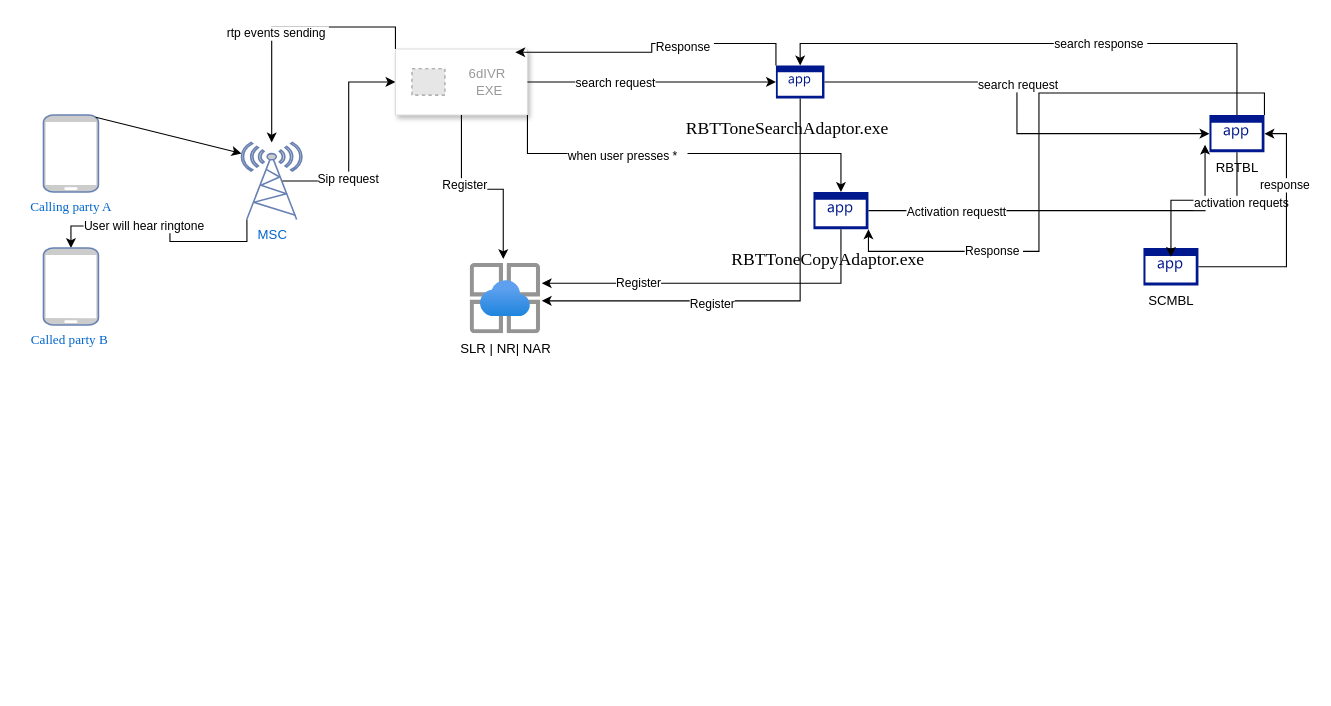
Earlier version of the draw.io diagram Untitled Diagram.drawio (sathwikraj19/udemy). Source tidied: cells renumbered, new cells numbered last; positions are measured from the earlier drawing's top-left corner, leaving out a move shared by most shapes. Both pictures are drawn from the tidied source at 110%, with x=0, y=0 at pixel (43, 48). Pictures stored in the file or linked from it are replaced by grey dashed boxes.
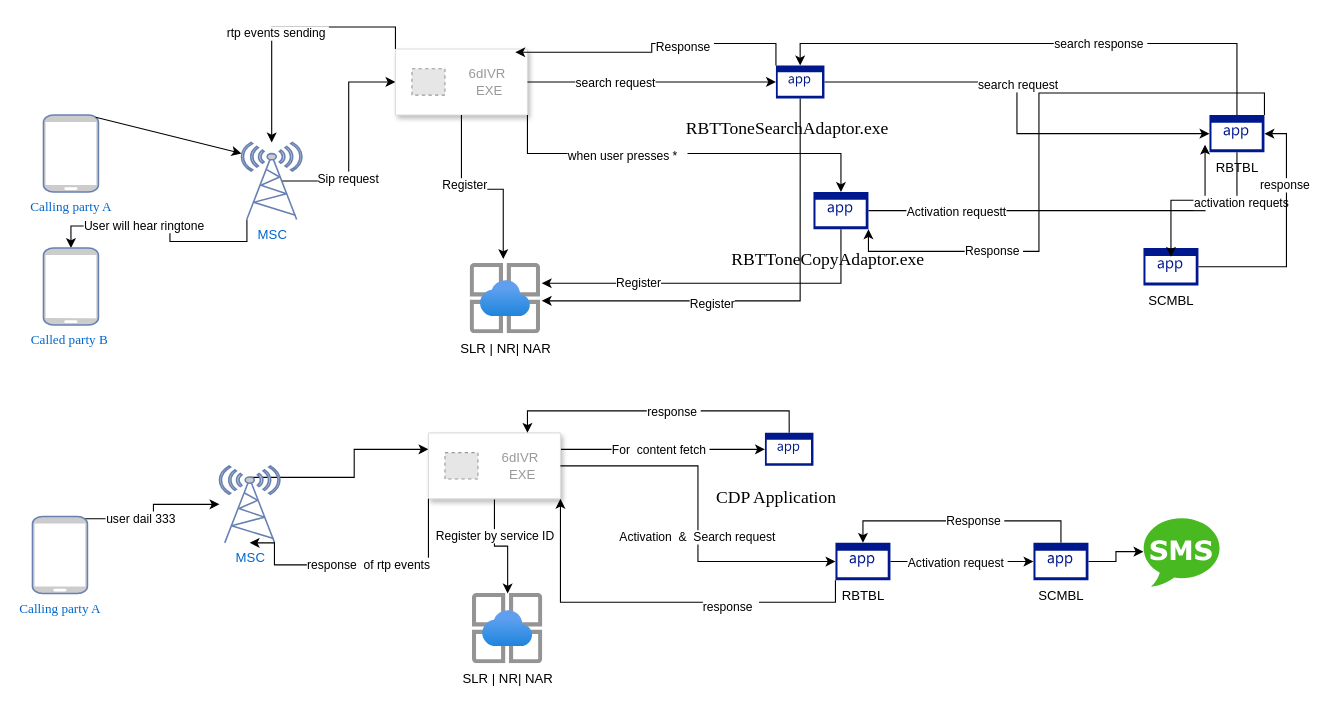
Above is the later version.

What changed in the source:
```diff
@@
+    <mxCell id="43" style="edgeStyle=orthogonalEdgeStyle;rounded=0;jettySize=auto;html=1;exitX=0.95;exitY=0.03;exitDx=0;exitDy=0;exitPerimeter=0;" parent="1" edge="1" source="45" target="47">
+      <mxGeometry relative="1" as="geometry" />
+    </mxCell>
+    <mxCell id="44" value="user dail 333&amp;nbsp;" style="edgeLabel;html=1;align=center;verticalAlign=middle;" parent="43" vertex="1">
+      <mxGeometry x="-0.25" y="1" relative="1" as="geometry">
+        <mxPoint x="1" as="offset" />
+      </mxGeometry>
+    </mxCell>
+    <mxCell id="45" value="Calling party A" style="fontColor=#0066CC;verticalAlign=top;verticalLabelPosition=bottom;labelPosition=center;align=center;html=1;outlineConnect=0;fillColor=#CCCCCC;strokeColor=#6881B3;gradientColor=none;gradientDirection=north;strokeWidth=2;shape=mxgraph.networks.mobile;fontFamily=Times New Roman;" parent="1" vertex="1">
+      <mxGeometry x="-10" y="425" width="50" height="70" as="geometry" />
+    </mxCell>
+    <mxCell id="46" style="edgeStyle=orthogonalEdgeStyle;rounded=0;jettySize=auto;html=1;exitX=0.5;exitY=0.15;exitDx=0;exitDy=0;exitPerimeter=0;entryX=0;entryY=0.25;entryDx=0;entryDy=0;" parent="1" edge="1" source="47" target="52">
+      <mxGeometry relative="1" as="geometry" />
+    </mxCell>
+    <mxCell id="47" value="MSC" style="fontColor=#0066CC;verticalAlign=top;verticalLabelPosition=bottom;labelPosition=center;align=center;html=1;outlineConnect=0;fillColor=#CCCCCC;strokeColor=#6881B3;gradientColor=none;gradientDirection=north;strokeWidth=2;shape=mxgraph.networks.radio_tower;" parent="1" vertex="1">
+      <mxGeometry x="160" y="379" width="55" height="70" as="geometry" />
+    </mxCell>
+    <mxCell id="48" style="edgeStyle=orthogonalEdgeStyle;rounded=0;jettySize=auto;html=1;exitX=0.5;exitY=1;exitDx=0;exitDy=0;" parent="1" edge="1" source="52" target="54">
+      <mxGeometry relative="1" as="geometry" />
+    </mxCell>
+    <mxCell id="49" value="Register by service ID&amp;nbsp;" style="edgeLabel;html=1;align=center;verticalAlign=middle;" parent="48" vertex="1">
+      <mxGeometry x="-0.33" y="1" relative="1" as="geometry" />
+    </mxCell>
+    <mxCell id="50" style="edgeStyle=orthogonalEdgeStyle;rounded=0;jettySize=auto;html=1;exitX=1;exitY=0.25;exitDx=0;exitDy=0;" parent="1" edge="1" source="52" target="57">
+      <mxGeometry relative="1" as="geometry" />
+    </mxCell>
+    <mxCell id="51" value="For&amp;nbsp; content fetch&amp;nbsp;" style="edgeLabel;html=1;align=center;verticalAlign=middle;" parent="50" vertex="1">
+      <mxGeometry x="-0.33" y="1" relative="1" as="geometry">
+        <mxPoint x="28" y="1" as="offset" />
+      </mxGeometry>
+    </mxCell>
+    <mxCell id="52" style="strokeColor=#dddddd;shadow=1;strokeWidth=1;rounded=1;absoluteArcSize=1;arcSize=2;" parent="1" vertex="1">
+      <mxGeometry x="350" y="349" width="120" height="60" as="geometry" />
+    </mxCell>
+    <mxCell id="53" value="6dIVR&lt;br&gt;&amp;nbsp; EXE&lt;br&gt;" style="fillColor=#E6E6E6;strokeColor=#999999;dashed=1;html=1;fontColor=#999999;verticalLabelPosition=middle;verticalAlign=middle;labelPosition=right;align=left;spacingLeft=20;" parent="52" vertex="1">
+      <mxGeometry width="30" height="24" relative="1" as="geometry">
+        <mxPoint x="15" y="18" as="offset" />
+      </mxGeometry>
+    </mxCell>
+    <mxCell id="54" value="SLR | NR| NAR" style="image;html=1;points=[];align=center;fontSize=12;image=img/lib/azure2/app_services/App_Service_Environments.svg;" parent="1" vertex="1">
+      <mxGeometry x="390" y="495" width="64" height="64" as="geometry" />
+    </mxCell>
+    <mxCell id="55" style="edgeStyle=orthogonalEdgeStyle;rounded=0;jettySize=auto;html=1;exitX=0.5;exitY=0;exitDx=0;exitDy=0;exitPerimeter=0;entryX=0.75;entryY=0;entryDx=0;entryDy=0;" parent="1" edge="1" source="57" target="52">
+      <mxGeometry relative="1" as="geometry" />
+    </mxCell>
+    <mxCell id="56" value="response&amp;nbsp;" style="edgeLabel;html=1;align=center;verticalAlign=middle;" parent="55" vertex="1">
+      <mxGeometry x="-0.1" relative="1" as="geometry" />
+    </mxCell>
+    <mxCell id="57" value="&lt;p style=&quot;text-indent:-18.0pt;mso-list:l0 level1 lfo1&quot; class=&quot;MsoListParagraph&quot;&gt;&lt;font face=&quot;Times New Roman, serif&quot;&gt;&lt;span style=&quot;font-size: 16px; background-color: rgb(255, 255, 255);&quot;&gt;CDP Application&lt;/span&gt;&lt;/font&gt;&lt;/p&gt;" style="sketch=0;shadow=0;dashed=0;html=1;strokeColor=none;labelPosition=center;verticalLabelPosition=bottom;verticalAlign=top;align=center;fillColor=#00188D;shape=mxgraph.mscae.enterprise.application;" parent="1" vertex="1">
+      <mxGeometry x="655.9" y="349" width="44.1" height="30" as="geometry" />
+    </mxCell>
+    <mxCell id="58" style="edgeStyle=orthogonalEdgeStyle;rounded=0;jettySize=auto;html=1;exitX=0;exitY=1;exitDx=0;exitDy=0;entryX=0.5;entryY=1;entryDx=0;entryDy=0;entryPerimeter=0;" parent="1" edge="1" source="52" target="47">
+      <mxGeometry relative="1" as="geometry">
+        <Array as="points">
+          <mxPoint x="350" y="469" />
+          <mxPoint x="210" y="469" />
+          <mxPoint x="210" y="449" />
+        </Array>
+      </mxGeometry>
+    </mxCell>
+    <mxCell id="59" value="response&amp;nbsp; of rtp events&amp;nbsp;" style="edgeLabel;html=1;align=center;verticalAlign=middle;" parent="58" vertex="1">
+      <mxGeometry x="-0.06" y="-1" relative="1" as="geometry" />
+    </mxCell>
+    <mxCell id="60" style="edgeStyle=orthogonalEdgeStyle;rounded=0;jettySize=auto;html=1;exitX=0;exitY=1;exitDx=0;exitDy=0;exitPerimeter=0;entryX=1;entryY=1;entryDx=0;entryDy=0;" parent="1" edge="1" source="62" target="52">
+      <mxGeometry relative="1" as="geometry" />
+    </mxCell>
+    <mxCell id="61" value="response&amp;nbsp;&amp;nbsp;" style="edgeLabel;html=1;align=center;verticalAlign=middle;" parent="60" vertex="1">
+      <mxGeometry x="-0.36" y="3" relative="1" as="geometry" />
+    </mxCell>
+    <mxCell id="62" value="RBTBL" style="sketch=0;shadow=0;dashed=0;html=1;strokeColor=none;labelPosition=center;verticalLabelPosition=bottom;verticalAlign=top;align=center;fillColor=#00188D;shape=mxgraph.mscae.enterprise.application;" parent="1" vertex="1">
+      <mxGeometry x="720" y="449" width="50" height="34" as="geometry" />
+    </mxCell>
+    <mxCell id="63" style="edgeStyle=orthogonalEdgeStyle;rounded=0;jettySize=auto;html=1;exitX=1;exitY=0.5;exitDx=0;exitDy=0;entryX=0;entryY=0.5;entryDx=0;entryDy=0;entryPerimeter=0;" parent="1" edge="1" source="52" target="62">
+      <mxGeometry relative="1" as="geometry" />
+    </mxCell>
+    <mxCell id="64" value="Activation&amp;nbsp; &amp;amp;&amp;nbsp; Search request&amp;nbsp;" style="edgeLabel;html=1;align=center;verticalAlign=middle;" parent="63" vertex="1">
+      <mxGeometry x="0.12" relative="1" as="geometry" />
+    </mxCell>
+    <mxCell id="65" style="edgeStyle=orthogonalEdgeStyle;rounded=0;jettySize=auto;html=1;exitX=1;exitY=0.5;exitDx=0;exitDy=0;exitPerimeter=0;" parent="1" edge="1" source="66" target="71">
+      <mxGeometry relative="1" as="geometry" />
+    </mxCell>
+    <mxCell id="66" value="SCMBL" style="sketch=0;shadow=0;dashed=0;html=1;strokeColor=none;labelPosition=center;verticalLabelPosition=bottom;verticalAlign=top;align=center;fillColor=#00188D;shape=mxgraph.mscae.enterprise.application;" parent="1" vertex="1">
+      <mxGeometry x="900" y="449" width="50" height="34" as="geometry" />
+    </mxCell>
+    <mxCell id="67" style="edgeStyle=orthogonalEdgeStyle;rounded=0;jettySize=auto;html=1;exitX=1;exitY=0.5;exitDx=0;exitDy=0;exitPerimeter=0;entryX=0;entryY=0.5;entryDx=0;entryDy=0;entryPerimeter=0;" parent="1" edge="1" source="62" target="66">
+      <mxGeometry relative="1" as="geometry" />
+    </mxCell>
+    <mxCell id="68" value="Activation request&amp;nbsp;" style="edgeLabel;html=1;align=center;verticalAlign=middle;" parent="67" vertex="1">
+      <mxGeometry x="-0.23" y="-2" relative="1" as="geometry">
+        <mxPoint x="10" y="-2" as="offset" />
+      </mxGeometry>
+    </mxCell>
+    <mxCell id="69" style="edgeStyle=orthogonalEdgeStyle;rounded=0;jettySize=auto;html=1;exitX=0.5;exitY=0;exitDx=0;exitDy=0;exitPerimeter=0;entryX=0.5;entryY=0;entryDx=0;entryDy=0;entryPerimeter=0;" parent="1" edge="1" source="66" target="62">
+      <mxGeometry relative="1" as="geometry" />
+    </mxCell>
+    <mxCell id="70" value="Response&amp;nbsp;" style="edgeLabel;html=1;align=center;verticalAlign=middle;" parent="69" vertex="1">
+      <mxGeometry x="-0.1" y="-1" relative="1" as="geometry" />
+    </mxCell>
+    <mxCell id="71" style="dashed=0;outlineConnect=0;html=1;align=center;labelPosition=center;verticalLabelPosition=bottom;verticalAlign=top;shape=mxgraph.weblogos.sms;fillColor=#48B921;strokeColor=none;" parent="1" vertex="1">
+      <mxGeometry x="1000" y="425" width="69.2" height="64" as="geometry" />
+    </mxCell>
```
